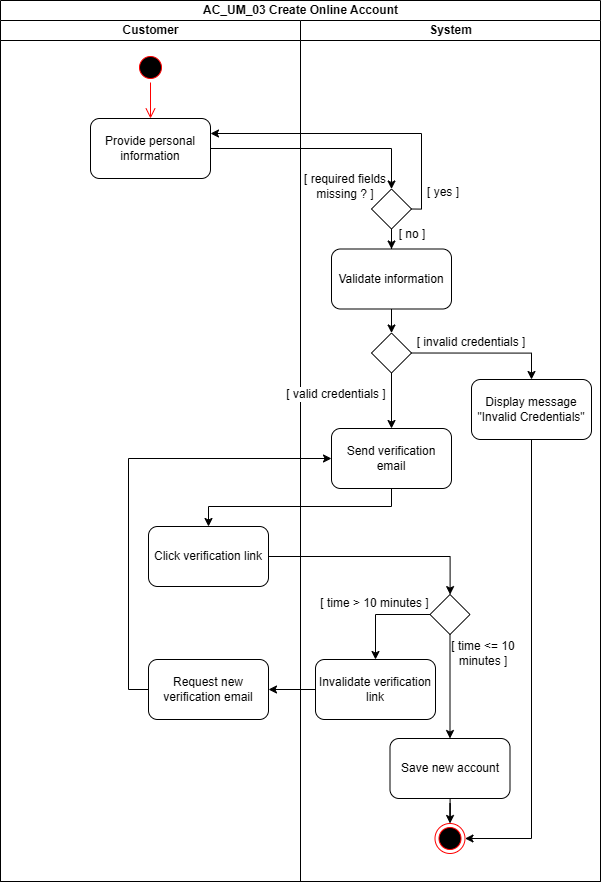
Above: diagrams/activity-diagrams/AC_UM_03.png in Markl1T/bank-management-system (draw.io), before the change. Source tidied: cells renumbered, new cells last; positions are measured from the earlier drawing's top-left corner, leaving out a move shared by most shapes. The source it was exported from:
```xml
<mxGraphModel>
  <root>
    <mxCell id="0" />
    <mxCell id="1" parent="0" />
    <mxCell id="2" value="AC_UM_03 Create Online Account" style="swimlane;startSize=20;html=1;" parent="1" vertex="1">
      <mxGeometry width="600" height="881" as="geometry" />
    </mxCell>
    <mxCell id="3" value="Customer" style="swimlane;startSize=20;html=1;" parent="2" vertex="1">
      <mxGeometry y="20" width="300" height="861" as="geometry" />
    </mxCell>
    <mxCell id="4" style="ellipse;html=1;shape=startState;fillColor=#000000;strokeColor=#ff0000;" parent="3" vertex="1">
      <mxGeometry x="135" y="32" width="30" height="30" as="geometry" />
    </mxCell>
    <mxCell id="5" style="edgeStyle=orthogonalEdgeStyle;html=1;verticalAlign=bottom;endArrow=open;endSize=8;strokeColor=#ff0000;rounded=0;entryX=0.5;entryY=0;entryDx=0;entryDy=0;" parent="3" edge="1" source="4" target="6">
      <mxGeometry relative="1" as="geometry" />
    </mxCell>
    <mxCell id="6" value="Provide personal information" style="rounded=1;whiteSpace=wrap;html=1;" parent="3" vertex="1">
      <mxGeometry x="90" y="98" width="120" height="60" as="geometry" />
    </mxCell>
    <mxCell id="7" value="Click verification link" style="rounded=1;whiteSpace=wrap;html=1;" parent="3" vertex="1">
      <mxGeometry x="148" y="506" width="120" height="60" as="geometry" />
    </mxCell>
    <mxCell id="8" value="Request new verification email" style="rounded=1;whiteSpace=wrap;html=1;" parent="3" vertex="1">
      <mxGeometry x="148" y="639" width="120" height="60" as="geometry" />
    </mxCell>
    <mxCell id="9" style="edgeStyle=orthogonalEdgeStyle;rounded=0;jettySize=auto;html=1;" parent="2" edge="1" source="6" target="17">
      <mxGeometry relative="1" as="geometry" />
    </mxCell>
    <mxCell id="10" style="endArrow=classic;html=1;rounded=0;entryX=1;entryY=0.25;entryDx=0;entryDy=0;exitX=1;exitY=0.5;exitDx=0;exitDy=0;edgeStyle=orthogonalEdgeStyle;" parent="2" edge="1" source="17" target="6">
      <mxGeometry relative="1" as="geometry" />
    </mxCell>
    <mxCell id="11" value="System" style="swimlane;startSize=20;html=1;" parent="2" vertex="1">
      <mxGeometry x="300" y="20" width="300" height="861" as="geometry" />
    </mxCell>
    <mxCell id="12" style="endArrow=classic;html=1;rounded=0;exitX=0.5;exitY=1;exitDx=0;exitDy=0;entryX=1;entryY=0.5;entryDx=0;entryDy=0;edgeStyle=orthogonalEdgeStyle;" parent="11" edge="1" source="13" target="30">
      <mxGeometry relative="1" as="geometry" />
    </mxCell>
    <mxCell id="13" value="Display message &quot;Invalid Credentials&quot;" style="rounded=1;whiteSpace=wrap;html=1;" parent="11" vertex="1">
      <mxGeometry x="171" y="359" width="120" height="60" as="geometry" />
    </mxCell>
    <mxCell id="14" value="[ invalid credentials ]" style="text;html=1;align=center;verticalAlign=middle;whiteSpace=wrap;rounded=0;" parent="11" vertex="1">
      <mxGeometry x="111.5" y="307" width="118" height="30" as="geometry" />
    </mxCell>
    <mxCell id="15" style="endArrow=classic;html=1;rounded=0;entryX=0.5;entryY=0;entryDx=0;entryDy=0;exitX=1;exitY=0.5;exitDx=0;exitDy=0;edgeStyle=orthogonalEdgeStyle;" parent="11" edge="1" source="22" target="13">
      <mxGeometry relative="1" as="geometry" />
    </mxCell>
    <mxCell id="16" style="edgeStyle=orthogonalEdgeStyle;rounded=0;jettySize=auto;html=1;entryX=0.5;entryY=0;entryDx=0;entryDy=0;" parent="11" edge="1" source="17" target="20">
      <mxGeometry relative="1" as="geometry" />
    </mxCell>
    <mxCell id="17" style="rhombus;whiteSpace=wrap;html=1;rounded=1;arcSize=0;" parent="11" vertex="1">
      <mxGeometry x="71" y="168.5" width="40" height="40" as="geometry" />
    </mxCell>
    <mxCell id="18" value="[ required fields missing ?&amp;nbsp;&lt;span style=&quot;background-color: transparent; color: light-dark(rgb(0, 0, 0), rgb(255, 255, 255));&quot;&gt;]&lt;/span&gt;" style="text;html=1;align=center;verticalAlign=middle;whiteSpace=wrap;rounded=0;" parent="11" vertex="1">
      <mxGeometry x="-16" y="150.5" width="122" height="30" as="geometry" />
    </mxCell>
    <mxCell id="19" value="[ yes ]" style="text;html=1;align=center;verticalAlign=middle;whiteSpace=wrap;rounded=0;" parent="11" vertex="1">
      <mxGeometry x="115" y="157" width="56" height="30" as="geometry" />
    </mxCell>
    <mxCell id="20" value="Validate information" style="rounded=1;whiteSpace=wrap;html=1;" parent="11" vertex="1">
      <mxGeometry x="31" y="228.5" width="120" height="60" as="geometry" />
    </mxCell>
    <mxCell id="21" style="edgeStyle=orthogonalEdgeStyle;rounded=0;jettySize=auto;html=1;entryX=0.5;entryY=0;entryDx=0;entryDy=0;" parent="11" edge="1" source="22" target="24">
      <mxGeometry relative="1" as="geometry" />
    </mxCell>
    <mxCell id="22" style="rhombus;whiteSpace=wrap;html=1;rounded=1;arcSize=0;" parent="11" vertex="1">
      <mxGeometry x="71" y="312.5" width="40" height="40" as="geometry" />
    </mxCell>
    <mxCell id="23" style="edgeStyle=orthogonalEdgeStyle;rounded=0;jettySize=auto;html=1;exitX=0.5;exitY=1;exitDx=0;exitDy=0;" parent="11" edge="1" source="20" target="22">
      <mxGeometry relative="1" as="geometry" />
    </mxCell>
    <mxCell id="24" value="Send verification email" style="rounded=1;whiteSpace=wrap;html=1;" parent="11" vertex="1">
      <mxGeometry x="31" y="408" width="120" height="60" as="geometry" />
    </mxCell>
    <mxCell id="25" value="[ no ]" style="text;html=1;align=center;verticalAlign=middle;whiteSpace=wrap;rounded=0;" parent="11" vertex="1">
      <mxGeometry x="84" y="198.5" width="56" height="30" as="geometry" />
    </mxCell>
    <mxCell id="26" value="[ valid credentials ]" style="text;html=1;align=center;verticalAlign=middle;whiteSpace=wrap;rounded=0;labelBackgroundColor=default;" parent="11" vertex="1">
      <mxGeometry x="-16" y="359" width="104" height="30" as="geometry" />
    </mxCell>
    <mxCell id="27" style="edgeStyle=orthogonalEdgeStyle;rounded=0;jettySize=auto;html=1;" parent="11" edge="1" source="32" target="29">
      <mxGeometry relative="1" as="geometry" />
    </mxCell>
    <mxCell id="28" style="edgeStyle=orthogonalEdgeStyle;rounded=0;jettySize=auto;html=1;" parent="11" edge="1" source="29" target="30">
      <mxGeometry relative="1" as="geometry" />
    </mxCell>
    <mxCell id="29" value="Save new account" style="rounded=1;whiteSpace=wrap;html=1;" parent="11" vertex="1">
      <mxGeometry x="89.5" y="718" width="120" height="60" as="geometry" />
    </mxCell>
    <mxCell id="30" style="ellipse;html=1;shape=endState;fillColor=#000000;strokeColor=#ff0000;" parent="11" vertex="1">
      <mxGeometry x="134.5" y="803" width="30" height="30" as="geometry" />
    </mxCell>
    <mxCell id="31" value="[ time &amp;lt;= 10 minutes ]" style="text;html=1;align=center;verticalAlign=middle;whiteSpace=wrap;rounded=0;labelBackgroundColor=none;" parent="11" vertex="1">
      <mxGeometry x="148.5" y="618" width="68" height="30" as="geometry" />
    </mxCell>
    <mxCell id="32" style="rhombus;whiteSpace=wrap;html=1;rounded=1;arcSize=0;" parent="11" vertex="1">
      <mxGeometry x="129.5" y="574" width="40" height="40" as="geometry" />
    </mxCell>
    <mxCell id="33" value="[ time &amp;gt; 10 minutes ]" style="text;html=1;align=center;verticalAlign=middle;whiteSpace=wrap;rounded=0;labelBackgroundColor=default;" parent="11" vertex="1">
      <mxGeometry x="15" y="568" width="119" height="30" as="geometry" />
    </mxCell>
    <mxCell id="34" value="Invalidate verification link" style="rounded=1;whiteSpace=wrap;html=1;" parent="11" vertex="1">
      <mxGeometry x="15" y="639" width="120" height="60" as="geometry" />
    </mxCell>
    <mxCell id="35" style="edgeStyle=orthogonalEdgeStyle;rounded=0;jettySize=auto;html=1;exitX=0;exitY=0.5;exitDx=0;exitDy=0;entryX=0.5;entryY=0;entryDx=0;entryDy=0;" parent="11" edge="1" source="32" target="34">
      <mxGeometry relative="1" as="geometry" />
    </mxCell>
    <mxCell id="36" style="edgeStyle=orthogonalEdgeStyle;rounded=0;jettySize=auto;html=1;entryX=0.5;entryY=0;entryDx=0;entryDy=0;exitX=0.5;exitY=1;exitDx=0;exitDy=0;" parent="2" edge="1" source="24" target="7">
      <mxGeometry relative="1" as="geometry">
        <Array as="points">
          <mxPoint x="391" y="506" />
          <mxPoint x="208" y="506" />
        </Array>
      </mxGeometry>
    </mxCell>
    <mxCell id="37" style="edgeStyle=orthogonalEdgeStyle;rounded=0;jettySize=auto;html=1;" parent="2" edge="1" source="7" target="32">
      <mxGeometry relative="1" as="geometry" />
    </mxCell>
    <mxCell id="38" style="edgeStyle=orthogonalEdgeStyle;rounded=0;jettySize=auto;html=1;exitX=0;exitY=0.5;exitDx=0;exitDy=0;entryX=0;entryY=0.5;entryDx=0;entryDy=0;" parent="2" edge="1" source="8" target="24">
      <mxGeometry relative="1" as="geometry" />
    </mxCell>
    <mxCell id="39" style="edgeStyle=orthogonalEdgeStyle;rounded=0;jettySize=auto;html=1;" parent="2" edge="1" source="34" target="8">
      <mxGeometry relative="1" as="geometry" />
    </mxCell>
  </root>
</mxGraphModel>
```
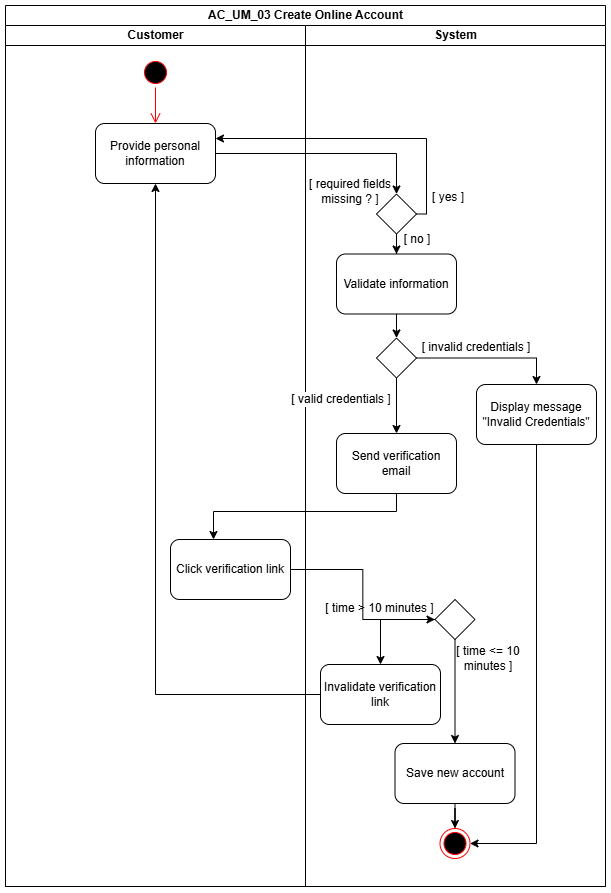
Above is the later version.

Change to the diagram source:
```diff
@@ -18,108 +18,102 @@
       <mxGeometry x="90" y="98" width="120" height="60" as="geometry" />
     </mxCell>
     <mxCell id="7" value="Click verification link" style="rounded=1;whiteSpace=wrap;html=1;" parent="3" vertex="1">
-      <mxGeometry x="148" y="506" width="120" height="60" as="geometry" />
+      <mxGeometry x="165" y="514" width="120" height="60" as="geometry" />
     </mxCell>
-    <mxCell id="8" value="Request new verification email" style="rounded=1;whiteSpace=wrap;html=1;" parent="3" vertex="1">
-      <mxGeometry x="148" y="639" width="120" height="60" as="geometry" />
+    <mxCell id="8" style="edgeStyle=orthogonalEdgeStyle;rounded=0;jettySize=auto;html=1;" parent="2" edge="1" source="6" target="16">
+      <mxGeometry relative="1" as="geometry" />
     </mxCell>
-    <mxCell id="9" style="edgeStyle=orthogonalEdgeStyle;rounded=0;jettySize=auto;html=1;" parent="2" edge="1" source="6" target="17">
+    <mxCell id="9" style="endArrow=classic;html=1;rounded=0;entryX=1;entryY=0.25;entryDx=0;entryDy=0;exitX=1;exitY=0.5;exitDx=0;exitDy=0;edgeStyle=orthogonalEdgeStyle;" parent="2" edge="1" source="16" target="6">
       <mxGeometry relative="1" as="geometry" />
     </mxCell>
-    <mxCell id="10" style="endArrow=classic;html=1;rounded=0;entryX=1;entryY=0.25;entryDx=0;entryDy=0;exitX=1;exitY=0.5;exitDx=0;exitDy=0;edgeStyle=orthogonalEdgeStyle;" parent="2" edge="1" source="17" target="6">
-      <mxGeometry relative="1" as="geometry" />
+    <mxCell id="10" value="System" style="swimlane;startSize=20;html=1;" parent="2" vertex="1">
+      <mxGeometry x="300" y="20" width="300" height="861" as="geometry" />
     </mxCell>
-    <mxCell id="11" value="System" style="swimlane;startSize=20;html=1;" parent="2" vertex="1">
-      <mxGeometry x="300" y="20" width="300" height="861" as="geometry" />
+    <mxCell id="11" style="endArrow=classic;html=1;rounded=0;exitX=0.5;exitY=1;exitDx=0;exitDy=0;entryX=1;entryY=0.5;entryDx=0;entryDy=0;edgeStyle=orthogonalEdgeStyle;" parent="10" edge="1" source="12" target="29">
+      <mxGeometry relative="1" as="geometry" />
     </mxCell>
-    <mxCell id="12" style="endArrow=classic;html=1;rounded=0;exitX=0.5;exitY=1;exitDx=0;exitDy=0;entryX=1;entryY=0.5;entryDx=0;entryDy=0;edgeStyle=orthogonalEdgeStyle;" parent="11" edge="1" source="13" target="30">
-      <mxGeometry relative="1" as="geometry" />
+    <mxCell id="12" value="Display message &quot;Invalid Credentials&quot;" style="rounded=1;whiteSpace=wrap;html=1;" parent="10" vertex="1">
+      <mxGeometry x="171" y="359" width="120" height="60" as="geometry" />
     </mxCell>
-    <mxCell id="13" value="Display message &quot;Invalid Credentials&quot;" style="rounded=1;whiteSpace=wrap;html=1;" parent="11" vertex="1">
-      <mxGeometry x="171" y="359" width="120" height="60" as="geometry" />
+    <mxCell id="13" value="[ invalid credentials ]" style="text;html=1;align=center;verticalAlign=middle;whiteSpace=wrap;rounded=0;" parent="10" vertex="1">
+      <mxGeometry x="111.5" y="307" width="118" height="30" as="geometry" />
     </mxCell>
-    <mxCell id="14" value="[ invalid credentials ]" style="text;html=1;align=center;verticalAlign=middle;whiteSpace=wrap;rounded=0;" parent="11" vertex="1">
-      <mxGeometry x="111.5" y="307" width="118" height="30" as="geometry" />
+    <mxCell id="14" style="endArrow=classic;html=1;rounded=0;entryX=0.5;entryY=0;entryDx=0;entryDy=0;exitX=1;exitY=0.5;exitDx=0;exitDy=0;edgeStyle=orthogonalEdgeStyle;" parent="10" edge="1" source="21" target="12">
+      <mxGeometry relative="1" as="geometry" />
     </mxCell>
-    <mxCell id="15" style="endArrow=classic;html=1;rounded=0;entryX=0.5;entryY=0;entryDx=0;entryDy=0;exitX=1;exitY=0.5;exitDx=0;exitDy=0;edgeStyle=orthogonalEdgeStyle;" parent="11" edge="1" source="22" target="13">
+    <mxCell id="15" style="edgeStyle=orthogonalEdgeStyle;rounded=0;jettySize=auto;html=1;entryX=0.5;entryY=0;entryDx=0;entryDy=0;" parent="10" edge="1" source="16" target="19">
       <mxGeometry relative="1" as="geometry" />
     </mxCell>
-    <mxCell id="16" style="edgeStyle=orthogonalEdgeStyle;rounded=0;jettySize=auto;html=1;entryX=0.5;entryY=0;entryDx=0;entryDy=0;" parent="11" edge="1" source="17" target="20">
-      <mxGeometry relative="1" as="geometry" />
+    <mxCell id="16" style="rhombus;whiteSpace=wrap;html=1;rounded=1;arcSize=0;" parent="10" vertex="1">
+      <mxGeometry x="71" y="168.5" width="40" height="40" as="geometry" />
     </mxCell>
-    <mxCell id="17" style="rhombus;whiteSpace=wrap;html=1;rounded=1;arcSize=0;" parent="11" vertex="1">
-      <mxGeometry x="71" y="168.5" width="40" height="40" as="geometry" />
+    <mxCell id="17" value="[ required fields missing ?&amp;nbsp;&lt;span style=&quot;background-color: transparent; color: light-dark(rgb(0, 0, 0), rgb(255, 255, 255));&quot;&gt;]&lt;/span&gt;" style="text;html=1;align=center;verticalAlign=middle;whiteSpace=wrap;rounded=0;" parent="10" vertex="1">
+      <mxGeometry x="-16" y="150.5" width="122" height="30" as="geometry" />
     </mxCell>
-    <mxCell id="18" value="[ required fields missing ?&amp;nbsp;&lt;span style=&quot;background-color: transparent; color: light-dark(rgb(0, 0, 0), rgb(255, 255, 255));&quot;&gt;]&lt;/span&gt;" style="text;html=1;align=center;verticalAlign=middle;whiteSpace=wrap;rounded=0;" parent="11" vertex="1">
-      <mxGeometry x="-16" y="150.5" width="122" height="30" as="geometry" />
+    <mxCell id="18" value="[ yes ]" style="text;html=1;align=center;verticalAlign=middle;whiteSpace=wrap;rounded=0;" parent="10" vertex="1">
+      <mxGeometry x="115" y="157" width="56" height="30" as="geometry" />
     </mxCell>
-    <mxCell id="19" value="[ yes ]" style="text;html=1;align=center;verticalAlign=middle;whiteSpace=wrap;rounded=0;" parent="11" vertex="1">
-      <mxGeometry x="115" y="157" width="56" height="30" as="geometry" />
+    <mxCell id="19" value="Validate information" style="rounded=1;whiteSpace=wrap;html=1;" parent="10" vertex="1">
+      <mxGeometry x="31" y="228.5" width="120" height="60" as="geometry" />
     </mxCell>
-    <mxCell id="20" value="Validate information" style="rounded=1;whiteSpace=wrap;html=1;" parent="11" vertex="1">
-      <mxGeometry x="31" y="228.5" width="120" height="60" as="geometry" />
+    <mxCell id="20" style="edgeStyle=orthogonalEdgeStyle;rounded=0;jettySize=auto;html=1;entryX=0.5;entryY=0;entryDx=0;entryDy=0;" parent="10" edge="1" source="21" target="23">
+      <mxGeometry relative="1" as="geometry" />
     </mxCell>
-    <mxCell id="21" style="edgeStyle=orthogonalEdgeStyle;rounded=0;jettySize=auto;html=1;entryX=0.5;entryY=0;entryDx=0;entryDy=0;" parent="11" edge="1" source="22" target="24">
-      <mxGeometry relative="1" as="geometry" />
+    <mxCell id="21" style="rhombus;whiteSpace=wrap;html=1;rounded=1;arcSize=0;" parent="10" vertex="1">
+      <mxGeometry x="71" y="312.5" width="40" height="40" as="geometry" />
     </mxCell>
-    <mxCell id="22" style="rhombus;whiteSpace=wrap;html=1;rounded=1;arcSize=0;" parent="11" vertex="1">
-      <mxGeometry x="71" y="312.5" width="40" height="40" as="geometry" />
+    <mxCell id="22" style="edgeStyle=orthogonalEdgeStyle;rounded=0;jettySize=auto;html=1;exitX=0.5;exitY=1;exitDx=0;exitDy=0;" parent="10" edge="1" source="19" target="21">
+      <mxGeometry relative="1" as="geometry" />
     </mxCell>
-    <mxCell id="23" style="edgeStyle=orthogonalEdgeStyle;rounded=0;jettySize=auto;html=1;exitX=0.5;exitY=1;exitDx=0;exitDy=0;" parent="11" edge="1" source="20" target="22">
-      <mxGeometry relative="1" as="geometry" />
+    <mxCell id="23" value="Send verification email" style="rounded=1;whiteSpace=wrap;html=1;" parent="10" vertex="1">
+      <mxGeometry x="31" y="408" width="120" height="60" as="geometry" />
     </mxCell>
-    <mxCell id="24" value="Send verification email" style="rounded=1;whiteSpace=wrap;html=1;" parent="11" vertex="1">
-      <mxGeometry x="31" y="408" width="120" height="60" as="geometry" />
+    <mxCell id="24" value="[ no ]" style="text;html=1;align=center;verticalAlign=middle;whiteSpace=wrap;rounded=0;" parent="10" vertex="1">
+      <mxGeometry x="84" y="198.5" width="56" height="30" as="geometry" />
     </mxCell>
-    <mxCell id="25" value="[ no ]" style="text;html=1;align=center;verticalAlign=middle;whiteSpace=wrap;rounded=0;" parent="11" vertex="1">
-      <mxGeometry x="84" y="198.5" width="56" height="30" as="geometry" />
+    <mxCell id="25" value="[ valid credentials ]" style="text;html=1;align=center;verticalAlign=middle;whiteSpace=wrap;rounded=0;labelBackgroundColor=default;" parent="10" vertex="1">
+      <mxGeometry x="-16" y="359" width="104" height="30" as="geometry" />
     </mxCell>
-    <mxCell id="26" value="[ valid credentials ]" style="text;html=1;align=center;verticalAlign=middle;whiteSpace=wrap;rounded=0;labelBackgroundColor=default;" parent="11" vertex="1">
-      <mxGeometry x="-16" y="359" width="104" height="30" as="geometry" />
+    <mxCell id="26" style="edgeStyle=orthogonalEdgeStyle;rounded=0;jettySize=auto;html=1;" parent="10" edge="1" source="31" target="28">
+      <mxGeometry relative="1" as="geometry" />
     </mxCell>
-    <mxCell id="27" style="edgeStyle=orthogonalEdgeStyle;rounded=0;jettySize=auto;html=1;" parent="11" edge="1" source="32" target="29">
+    <mxCell id="27" style="edgeStyle=orthogonalEdgeStyle;rounded=0;jettySize=auto;html=1;" parent="10" edge="1" source="28" target="29">
       <mxGeometry relative="1" as="geometry" />
     </mxCell>
-    <mxCell id="28" style="edgeStyle=orthogonalEdgeStyle;rounded=0;jettySize=auto;html=1;" parent="11" edge="1" source="29" target="30">
-      <mxGeometry relative="1" as="geometry" />
+    <mxCell id="28" value="Save new account" style="rounded=1;whiteSpace=wrap;html=1;" parent="10" vertex="1">
+      <mxGeometry x="89.5" y="718" width="120" height="60" as="geometry" />
     </mxCell>
-    <mxCell id="29" value="Save new account" style="rounded=1;whiteSpace=wrap;html=1;" parent="11" vertex="1">
-      <mxGeometry x="89.5" y="718" width="120" height="60" as="geometry" />
+    <mxCell id="29" style="ellipse;html=1;shape=endState;fillColor=#000000;strokeColor=#ff0000;" parent="10" vertex="1">
+      <mxGeometry x="134.5" y="803" width="30" height="30" as="geometry" />
     </mxCell>
-    <mxCell id="30" style="ellipse;html=1;shape=endState;fillColor=#000000;strokeColor=#ff0000;" parent="11" vertex="1">
-      <mxGeometry x="134.5" y="803" width="30" height="30" as="geometry" />
+    <mxCell id="30" value="[ time &amp;lt;= 10 minutes ]" style="text;html=1;align=center;verticalAlign=middle;whiteSpace=wrap;rounded=0;labelBackgroundColor=none;" parent="10" vertex="1">
+      <mxGeometry x="148.5" y="618" width="68" height="30" as="geometry" />
     </mxCell>
-    <mxCell id="31" value="[ time &amp;lt;= 10 minutes ]" style="text;html=1;align=center;verticalAlign=middle;whiteSpace=wrap;rounded=0;labelBackgroundColor=none;" parent="11" vertex="1">
-      <mxGeometry x="148.5" y="618" width="68" height="30" as="geometry" />
+    <mxCell id="31" style="rhombus;whiteSpace=wrap;html=1;rounded=1;arcSize=0;" parent="10" vertex="1">
+      <mxGeometry x="129.5" y="574" width="40" height="40" as="geometry" />
     </mxCell>
-    <mxCell id="32" style="rhombus;whiteSpace=wrap;html=1;rounded=1;arcSize=0;" parent="11" vertex="1">
-      <mxGeometry x="129.5" y="574" width="40" height="40" as="geometry" />
+    <mxCell id="32" value="[ time &amp;gt; 10 minutes ]" style="text;html=1;align=center;verticalAlign=middle;whiteSpace=wrap;rounded=0;labelBackgroundColor=default;" parent="10" vertex="1">
+      <mxGeometry x="15" y="568" width="119" height="30" as="geometry" />
     </mxCell>
-    <mxCell id="33" value="[ time &amp;gt; 10 minutes ]" style="text;html=1;align=center;verticalAlign=middle;whiteSpace=wrap;rounded=0;labelBackgroundColor=default;" parent="11" vertex="1">
-      <mxGeometry x="15" y="568" width="119" height="30" as="geometry" />
+    <mxCell id="33" value="Invalidate verification link" style="rounded=1;whiteSpace=wrap;html=1;" parent="10" vertex="1">
+      <mxGeometry x="15" y="639" width="120" height="60" as="geometry" />
     </mxCell>
-    <mxCell id="34" value="Invalidate verification link" style="rounded=1;whiteSpace=wrap;html=1;" parent="11" vertex="1">
-      <mxGeometry x="15" y="639" width="120" height="60" as="geometry" />
+    <mxCell id="34" style="edgeStyle=orthogonalEdgeStyle;rounded=0;jettySize=auto;html=1;exitX=0;exitY=0.5;exitDx=0;exitDy=0;entryX=0.5;entryY=0;entryDx=0;entryDy=0;" parent="10" edge="1" source="31" target="33">
+      <mxGeometry relative="1" as="geometry" />
     </mxCell>
-    <mxCell id="35" style="edgeStyle=orthogonalEdgeStyle;rounded=0;jettySize=auto;html=1;exitX=0;exitY=0.5;exitDx=0;exitDy=0;entryX=0.5;entryY=0;entryDx=0;entryDy=0;" parent="11" edge="1" source="32" target="34">
-      <mxGeometry relative="1" as="geometry" />
+    <mxCell id="35" style="edgeStyle=orthogonalEdgeStyle;rounded=0;jettySize=auto;html=1;exitX=0.5;exitY=1;exitDx=0;exitDy=0;" parent="2" edge="1" source="23" target="7">
+      <mxGeometry relative="1" as="geometry">
+        <Array as="points">
+          <mxPoint x="391" y="506" />
+          <mxPoint x="208" y="506" />
+        </Array>
+      </mxGeometry>
     </mxCell>
-    <mxCell id="36" style="edgeStyle=orthogonalEdgeStyle;rounded=0;jettySize=auto;html=1;entryX=0.5;entryY=0;entryDx=0;entryDy=0;exitX=0.5;exitY=1;exitDx=0;exitDy=0;" parent="2" edge="1" source="24" target="7">
-      <mxGeometry relative="1" as="geometry">
-        <Array as="points">
-          <mxPoint x="391" y="506" />
-          <mxPoint x="208" y="506" />
-        </Array>
-      </mxGeometry>
+    <mxCell id="36" style="edgeStyle=orthogonalEdgeStyle;rounded=0;jettySize=auto;html=1;" parent="2" edge="1" source="7" target="31">
+      <mxGeometry relative="1" as="geometry" />
     </mxCell>
-    <mxCell id="37" style="edgeStyle=orthogonalEdgeStyle;rounded=0;jettySize=auto;html=1;" parent="2" edge="1" source="7" target="32">
+    <mxCell id="37" style="edgeStyle=orthogonalEdgeStyle;rounded=0;jettySize=auto;html=1;" parent="2" edge="1" source="33" target="6">
       <mxGeometry relative="1" as="geometry" />
     </mxCell>
-    <mxCell id="38" style="edgeStyle=orthogonalEdgeStyle;rounded=0;jettySize=auto;html=1;exitX=0;exitY=0.5;exitDx=0;exitDy=0;entryX=0;entryY=0.5;entryDx=0;entryDy=0;" parent="2" edge="1" source="8" target="24">
-      <mxGeometry relative="1" as="geometry" />
-    </mxCell>
-    <mxCell id="39" style="edgeStyle=orthogonalEdgeStyle;rounded=0;jettySize=auto;html=1;" parent="2" edge="1" source="34" target="8">
-      <mxGeometry relative="1" as="geometry" />
-    </mxCell>
   </root>
 </mxGraphModel>
```
